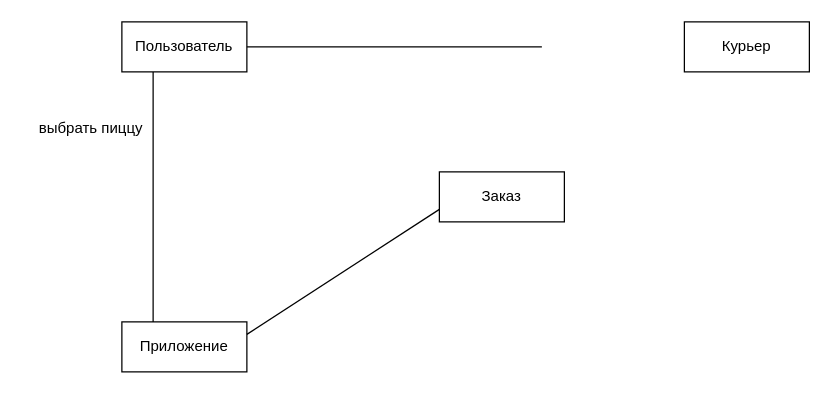
Above: ДиаграммаКоммуникуции.drawio in hard-gainer/UML (draw.io), before the change. Source tidied: cells renumbered, new cells numbered last; positions are measured from the earlier drawing's top-left corner, leaving out a move shared by most shapes. Both pictures are drawn from the tidied source at 125%, with x=0, y=0 at pixel (21, 21).
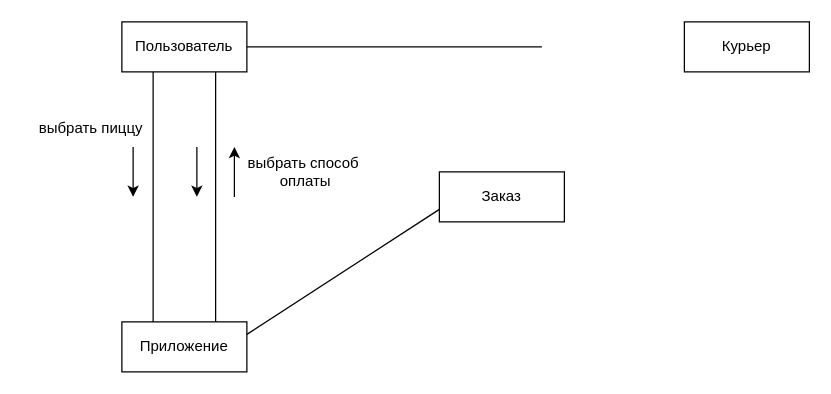
The same diagram, later.

Diff of the diagram source:
```diff
@@
 <mxGraphModel>
   <root>
     <mxCell id="0" />
     <mxCell id="1" parent="0" />
     <mxCell id="2" value="Пользователь" style="html=1;whiteSpace=wrap;" parent="1" vertex="1">
       <mxGeometry x="80" width="100" height="40" as="geometry" />
     </mxCell>
     <mxCell id="3" value="Заказ" style="html=1;whiteSpace=wrap;" parent="1" vertex="1">
       <mxGeometry x="334" y="120" width="100" height="40" as="geometry" />
     </mxCell>
     <mxCell id="4" value="Курьер" style="html=1;whiteSpace=wrap;" parent="1" vertex="1">
       <mxGeometry x="530" width="100" height="40" as="geometry" />
     </mxCell>
     <mxCell id="5" value="Приложение" style="html=1;whiteSpace=wrap;" parent="1" vertex="1">
       <mxGeometry x="80" y="240" width="100" height="40" as="geometry" />
     </mxCell>
     <mxCell id="6" style="endArrow=none;html=1;rounded=0;entryX=0.25;entryY=1;entryDx=0;entryDy=0;exitX=0.25;exitY=0;exitDx=0;exitDy=0;" parent="1" edge="1" source="5" target="2">
       <mxGeometry relative="1" as="geometry" />
     </mxCell>
     <mxCell id="7" style="endArrow=none;html=1;rounded=0;exitX=1;exitY=0.25;exitDx=0;exitDy=0;entryX=0;entryY=0.75;entryDx=0;entryDy=0;" parent="1" edge="1" source="5" target="3">
       <mxGeometry relative="1" as="geometry" />
     </mxCell>
     <mxCell id="8" style="endArrow=none;html=1;rounded=0;exitX=1;exitY=0.5;exitDx=0;exitDy=0;" parent="1" edge="1" source="2">
       <mxGeometry relative="1" as="geometry">
         <mxPoint x="416" y="20" as="targetPoint" />
       </mxGeometry>
     </mxCell>
     <mxCell id="9" value="выбрать пиццу" style="text;html=1;align=center;verticalAlign=middle;strokeColor=none;fillColor=none;" parent="1" vertex="1">
       <mxGeometry y="70" width="110" height="30" as="geometry" />
     </mxCell>
+    <mxCell id="10" style="endArrow=classic;html=1;rounded=0;" parent="1" edge="1">
+      <mxGeometry relative="1" as="geometry">
+        <mxPoint x="89" y="100" as="sourcePoint" />
+        <mxPoint x="89" y="140" as="targetPoint" />
+      </mxGeometry>
+    </mxCell>
+    <mxCell id="11" style="endArrow=none;html=1;rounded=0;entryX=0.75;entryY=1;entryDx=0;entryDy=0;exitX=0.75;exitY=0;exitDx=0;exitDy=0;" parent="1" edge="1" source="5" target="2">
+      <mxGeometry relative="1" as="geometry" />
+    </mxCell>
+    <mxCell id="12" style="endArrow=classic;html=1;rounded=0;" parent="1" edge="1">
+      <mxGeometry relative="1" as="geometry">
+        <mxPoint x="140" y="100" as="sourcePoint" />
+        <mxPoint x="140" y="140" as="targetPoint" />
+      </mxGeometry>
+    </mxCell>
+    <mxCell id="13" style="endArrow=classic;html=1;rounded=0;" parent="1" edge="1">
+      <mxGeometry relative="1" as="geometry">
+        <mxPoint x="170" y="140" as="sourcePoint" />
+        <mxPoint x="170" y="100" as="targetPoint" />
+      </mxGeometry>
+    </mxCell>
+    <mxCell id="14" value="выбрать способ&lt;div&gt;&amp;nbsp;оплаты&lt;/div&gt;" style="text;html=1;align=center;verticalAlign=middle;strokeColor=none;fillColor=none;" parent="1" vertex="1">
+      <mxGeometry x="170" y="100" width="110" height="40" as="geometry" />
+    </mxCell>
   </root>
 </mxGraphModel>
```
